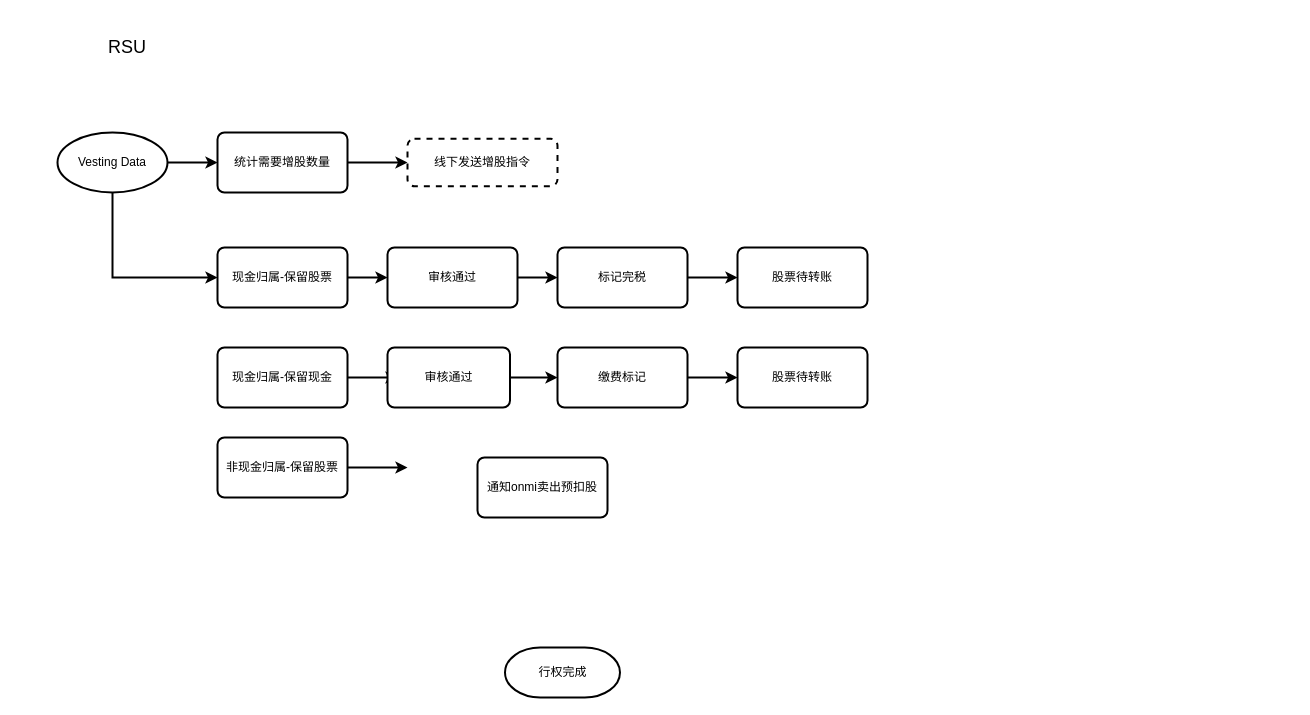
fengyong7723131/xiaoye keeps this draw.io diagram as 实时增发-RSU.drawio. Above is the earlier version. Source tidied: cells renumbered, new cells numbered last; positions are measured from the earlier drawing's top-left corner, leaving out a move shared by most shapes. Both pictures are drawn from the tidied source at 100%, with x=0, y=0 at pixel (17, 17).
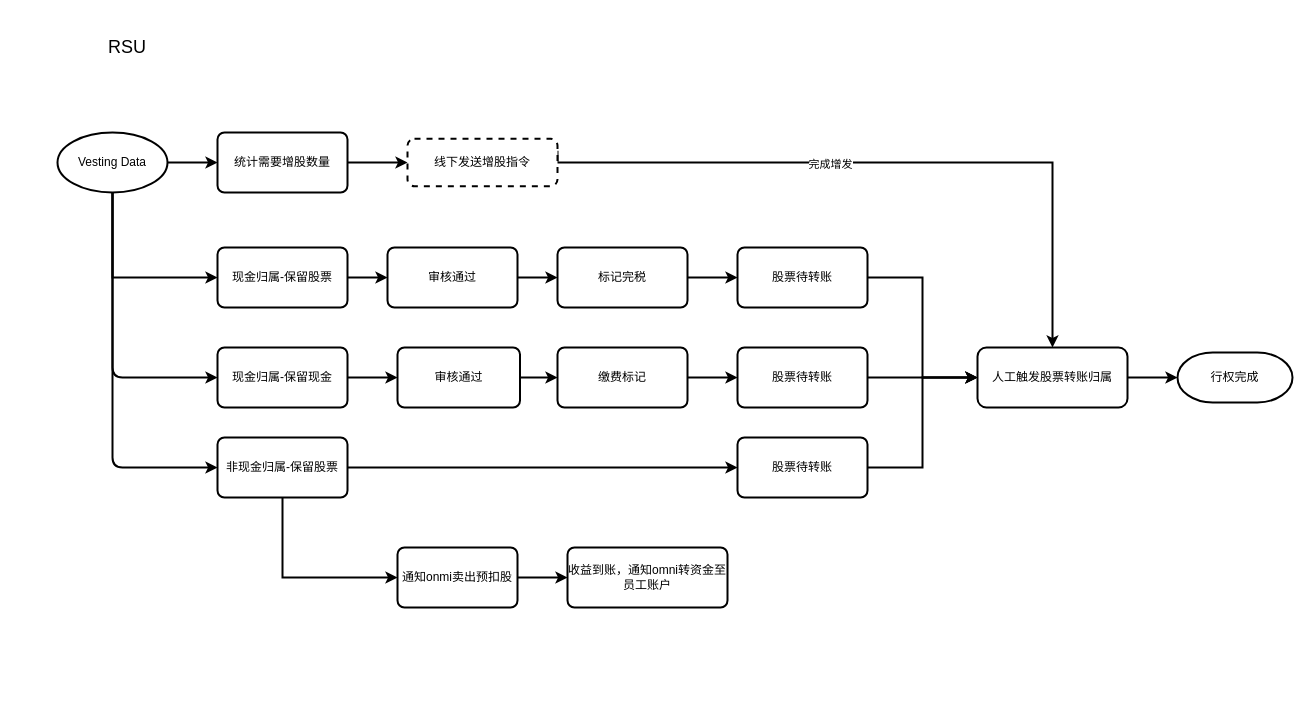
After the change.

Commit message:
更新实时增发-RSU.drawio

The change refers to these unchanged cells:
```xml
<mxCell id="4" value="Vesting Data" style="strokeWidth=2;html=1;shape=mxgraph.flowchart.start_1;whiteSpace=wrap;" parent="1" vertex="1">
  <mxGeometry x="40" y="115" width="110" height="60" as="geometry" />
</mxCell>
<mxCell id="6" value="线下发送增股指令" style="rounded=1;whiteSpace=wrap;html=1;absoluteArcSize=1;arcSize=14;strokeWidth=2;dashed=1;" parent="1" vertex="1">
  <mxGeometry x="390" y="121.3" width="150" height="47.5" as="geometry" />
</mxCell>
<mxCell id="9" value="股票待转账" style="rounded=1;whiteSpace=wrap;html=1;absoluteArcSize=1;arcSize=14;strokeWidth=2;" parent="1" vertex="1">
  <mxGeometry x="720" y="230" width="130" height="60" as="geometry" />
</mxCell>
<mxCell id="18" value="现金归属-保留现金" style="rounded=1;whiteSpace=wrap;html=1;absoluteArcSize=1;arcSize=14;strokeWidth=2;" parent="1" vertex="1">
  <mxGeometry x="200" y="330" width="130" height="60" as="geometry" />
</mxCell>
<mxCell id="20" value="非现金归属-保留股票" style="rounded=1;whiteSpace=wrap;html=1;absoluteArcSize=1;arcSize=14;strokeWidth=2;" parent="1" vertex="1">
  <mxGeometry x="200" y="420" width="130" height="60" as="geometry" />
</mxCell>
<mxCell id="25" value="股票待转账" style="rounded=1;whiteSpace=wrap;html=1;absoluteArcSize=1;arcSize=14;strokeWidth=2;" parent="1" vertex="1">
  <mxGeometry x="720" y="330" width="130" height="60" as="geometry" />
</mxCell>
```

Diff of the diagram source:
```diff
@@
+    <mxCell id="27" style="edgeStyle=orthogonalEdgeStyle;rounded=0;jettySize=auto;html=1;exitX=1;exitY=0.25;exitDx=0;exitDy=0;strokeWidth=2;" parent="1" edge="1" source="6" target="41">
+      <mxGeometry relative="1" as="geometry">
+        <Array as="points">
+          <mxPoint x="540" y="145" />
+          <mxPoint x="1035" y="145" />
+        </Array>
+      </mxGeometry>
+    </mxCell>
+    <mxCell id="28" value="完成增发" style="edgeLabel;html=1;align=center;verticalAlign=middle;" parent="27" vertex="1">
+      <mxGeometry x="-0.18" y="-1" relative="1" as="geometry" />
+    </mxCell>
@@
+    <mxCell id="29" style="edgeStyle=orthogonalEdgeStyle;rounded=0;jettySize=auto;html=1;exitX=1;exitY=0.5;exitDx=0;exitDy=0;entryX=0;entryY=0.5;entryDx=0;entryDy=0;strokeWidth=2;" parent="1" edge="1" source="9" target="41">
+      <mxGeometry relative="1" as="geometry" />
+    </mxCell>
@@
     <mxCell id="10" value="行权完成" style="strokeWidth=2;html=1;shape=mxgraph.flowchart.terminator;whiteSpace=wrap;" parent="1" vertex="1">
-      <mxGeometry x="487.5" y="630" width="115" height="50" as="geometry" />
+      <mxGeometry x="1160" y="335" width="115" height="50" as="geometry" />
     </mxCell>
@@
-    <mxCell id="17" style="edgeStyle=orthogonalEdgeStyle;rounded=0;jettySize=auto;html=1;exitX=1;exitY=0.5;exitDx=0;exitDy=0;strokeWidth=2;" parent="1" edge="1" source="18">
-      <mxGeometry relative="1" as="geometry">
-        <mxPoint x="380" y="360" as="targetPoint" />
-      </mxGeometry>
-    </mxCell>
+    <mxCell id="30" style="edgeStyle=orthogonalEdgeStyle;rounded=0;jettySize=auto;html=1;exitX=1;exitY=0.5;exitDx=0;exitDy=0;entryX=0;entryY=0.5;entryDx=0;entryDy=0;strokeWidth=2;" parent="1" edge="1" source="18" target="22">
+      <mxGeometry relative="1" as="geometry" />
+    </mxCell>
@@
-    <mxCell id="19" style="edgeStyle=orthogonalEdgeStyle;rounded=0;jettySize=auto;html=1;exitX=1;exitY=0.5;exitDx=0;exitDy=0;strokeWidth=2;" parent="1" edge="1" source="20">
-      <mxGeometry relative="1" as="geometry">
-        <mxPoint x="390" y="450" as="targetPoint" />
-      </mxGeometry>
-    </mxCell>
+    <mxCell id="31" style="edgeStyle=orthogonalEdgeStyle;rounded=0;jettySize=auto;html=1;exitX=0.5;exitY=1;exitDx=0;exitDy=0;entryX=0;entryY=0.5;entryDx=0;entryDy=0;strokeWidth=2;" parent="1" edge="1" source="20" target="26">
+      <mxGeometry relative="1" as="geometry" />
+    </mxCell>
+    <mxCell id="32" style="edgeStyle=orthogonalEdgeStyle;rounded=0;jettySize=auto;html=1;exitX=1;exitY=0.5;exitDx=0;exitDy=0;strokeWidth=2;" parent="1" edge="1" source="20" target="39">
+      <mxGeometry relative="1" as="geometry" />
+    </mxCell>
@@
     <mxCell id="22" value="审核通过" style="rounded=1;whiteSpace=wrap;html=1;absoluteArcSize=1;arcSize=14;strokeWidth=2;" parent="1" vertex="1">
-      <mxGeometry x="370" y="330" width="122.5" height="60" as="geometry" />
+      <mxGeometry x="380" y="330" width="122.5" height="60" as="geometry" />
     </mxCell>
@@
+    <mxCell id="33" style="edgeStyle=orthogonalEdgeStyle;rounded=0;jettySize=auto;html=1;exitX=1;exitY=0.5;exitDx=0;exitDy=0;strokeWidth=2;" parent="1" edge="1" source="25" target="41">
+      <mxGeometry relative="1" as="geometry" />
+    </mxCell>
@@
+    <mxCell id="34" style="edgeStyle=orthogonalEdgeStyle;rounded=0;jettySize=auto;html=1;exitX=1;exitY=0.5;exitDx=0;exitDy=0;entryX=0;entryY=0.5;entryDx=0;entryDy=0;strokeWidth=2;" parent="1" edge="1" source="26" target="35">
+      <mxGeometry relative="1" as="geometry" />
+    </mxCell>
     <mxCell id="26" value="通知onmi卖出预扣股" style="rounded=1;whiteSpace=wrap;html=1;absoluteArcSize=1;arcSize=14;strokeWidth=2;" parent="1" vertex="1">
-      <mxGeometry x="460" y="440" width="130" height="60" as="geometry" />
+      <mxGeometry x="380" y="530" width="120" height="60" as="geometry" />
     </mxCell>
+    <mxCell id="35" value="收益到账，通知omni转资金至员工账户" style="rounded=1;whiteSpace=wrap;html=1;absoluteArcSize=1;arcSize=14;strokeWidth=2;" parent="1" vertex="1">
+      <mxGeometry x="550" y="530" width="160" height="60" as="geometry" />
+    </mxCell>
+    <mxCell id="36" style="endArrow=classic;html=1;strokeWidth=2;entryX=0;entryY=0.5;entryDx=0;entryDy=0;exitX=0.5;exitY=1;exitDx=0;exitDy=0;exitPerimeter=0;" parent="1" edge="1" source="4" target="18">
+      <mxGeometry relative="1" as="geometry">
+        <Array as="points">
+          <mxPoint x="95" y="360" />
+        </Array>
+      </mxGeometry>
+    </mxCell>
+    <mxCell id="37" style="endArrow=classic;html=1;strokeWidth=2;entryX=0;entryY=0.5;entryDx=0;entryDy=0;exitX=0.5;exitY=1;exitDx=0;exitDy=0;exitPerimeter=0;" parent="1" edge="1" source="4" target="20">
+      <mxGeometry relative="1" as="geometry">
+        <Array as="points">
+          <mxPoint x="95" y="450" />
+        </Array>
+      </mxGeometry>
+    </mxCell>
+    <mxCell id="38" style="edgeStyle=orthogonalEdgeStyle;rounded=0;jettySize=auto;html=1;exitX=1;exitY=0.5;exitDx=0;exitDy=0;entryX=0;entryY=0.5;entryDx=0;entryDy=0;strokeWidth=2;" parent="1" edge="1" source="39" target="41">
+      <mxGeometry relative="1" as="geometry" />
+    </mxCell>
+    <mxCell id="39" value="股票待转账" style="rounded=1;whiteSpace=wrap;html=1;absoluteArcSize=1;arcSize=14;strokeWidth=2;" parent="1" vertex="1">
+      <mxGeometry x="720" y="420" width="130" height="60" as="geometry" />
+    </mxCell>
+    <mxCell id="40" style="edgeStyle=orthogonalEdgeStyle;rounded=0;jettySize=auto;html=1;exitX=1;exitY=0.5;exitDx=0;exitDy=0;entryX=0;entryY=0.5;entryDx=0;entryDy=0;entryPerimeter=0;strokeWidth=2;" parent="1" edge="1" source="41" target="10">
+      <mxGeometry relative="1" as="geometry" />
+    </mxCell>
+    <mxCell id="41" value="人工触发股票转账归属" style="rounded=1;whiteSpace=wrap;html=1;strokeWidth=2;" parent="1" vertex="1">
+      <mxGeometry x="960" y="330" width="150" height="60" as="geometry" />
+    </mxCell>
```
